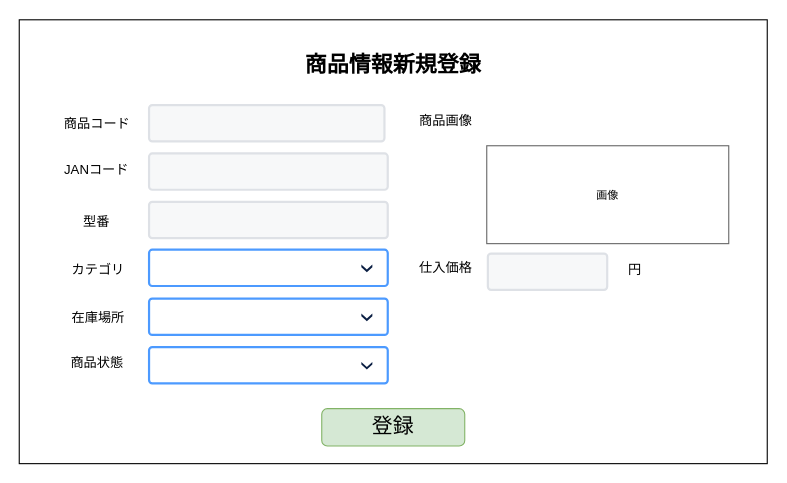
Above: page "S03-02 商品情報新規登録" (2 of 4) of 各種設計書/6.画面設計書/S03_商品マスタ.drawio in HaruShim/Sotuken (draw.io), before the change. Source tidied: cells renumbered, new cells numbered last; positions are measured from the earlier drawing's top-left corner, leaving out a move shared by most shapes. Both pictures are drawn from the tidied source at 110%, with x=0, y=0 at pixel (19, 19). Pictures stored in the file or linked from it are replaced by grey dashed boxes.
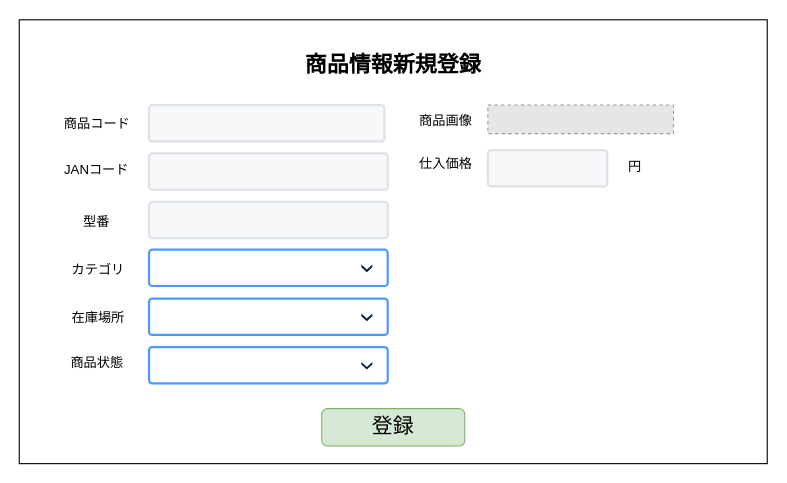
The same diagram, later.

The edit, as a diff of the source:
```diff
@@
-    <mxCell id="20" value="画像" style="rounded=0;whiteSpace=wrap;html=1;fontSize=10;strokeColor=#666666;" parent="1" vertex="1">
-      <mxGeometry x="425" y="115" width="220" height="89" as="geometry" />
-    </mxCell>
     <mxCell id="21" value="仕入価格" style="text;html=1;strokeColor=none;fillColor=none;align=center;verticalAlign=middle;whiteSpace=wrap;rounded=0;" parent="1" vertex="1">
-      <mxGeometry x="355" y="211" width="66" height="30" as="geometry" />
+      <mxGeometry x="355" y="117" width="66" height="30" as="geometry" />
     </mxCell>
     <mxCell id="22" style="rounded=1;arcSize=9;fillColor=#F7F8F9;align=left;spacingLeft=5;strokeColor=#DEE1E6;html=1;strokeWidth=2;fontSize=12;" parent="1" vertex="1">
-      <mxGeometry x="426" y="213" width="108.5" height="33" as="geometry" />
+      <mxGeometry x="426" y="119" width="108.5" height="33" as="geometry" />
     </mxCell>
     <mxCell id="23" value="円" style="text;html=1;strokeColor=none;fillColor=none;align=center;verticalAlign=middle;whiteSpace=wrap;rounded=0;" parent="1" vertex="1">
-      <mxGeometry x="545" y="212.5" width="30" height="30" as="geometry" />
+      <mxGeometry x="545" y="118.5" width="30" height="30" as="geometry" />
     </mxCell>
@@
+    <mxCell id="27" style="fillColor=#E6E6E6;strokeColor=#999999;dashed=1;verticalLabelPosition=bottom;labelBackgroundColor=#ffffff;verticalAlign=top;" parent="1" vertex="1">
+      <mxGeometry x="426" y="78" width="168.8" height="26" as="geometry" />
+    </mxCell>
```
